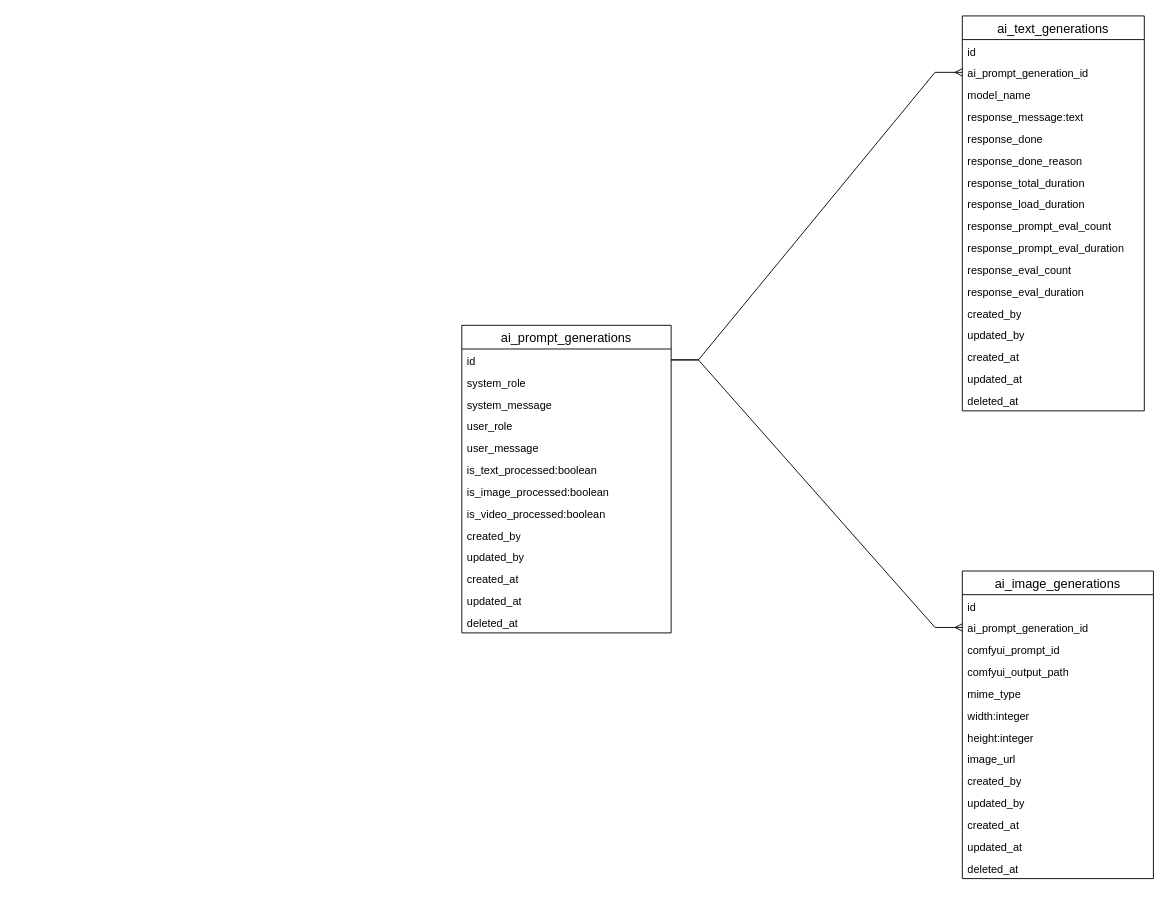
Before: gen/import_diagrams/assets/PythonGenerator.drawio.xml in doriandarren/splytin_mcp, a draw.io diagram. Source tidied: cells renumbered, new cells numbered last; positions are measured from the earlier drawing's top-left corner, leaving out a move shared by most shapes. Both pictures are drawn from the tidied source at 91%, with x=0, y=0 at pixel (461, 15).
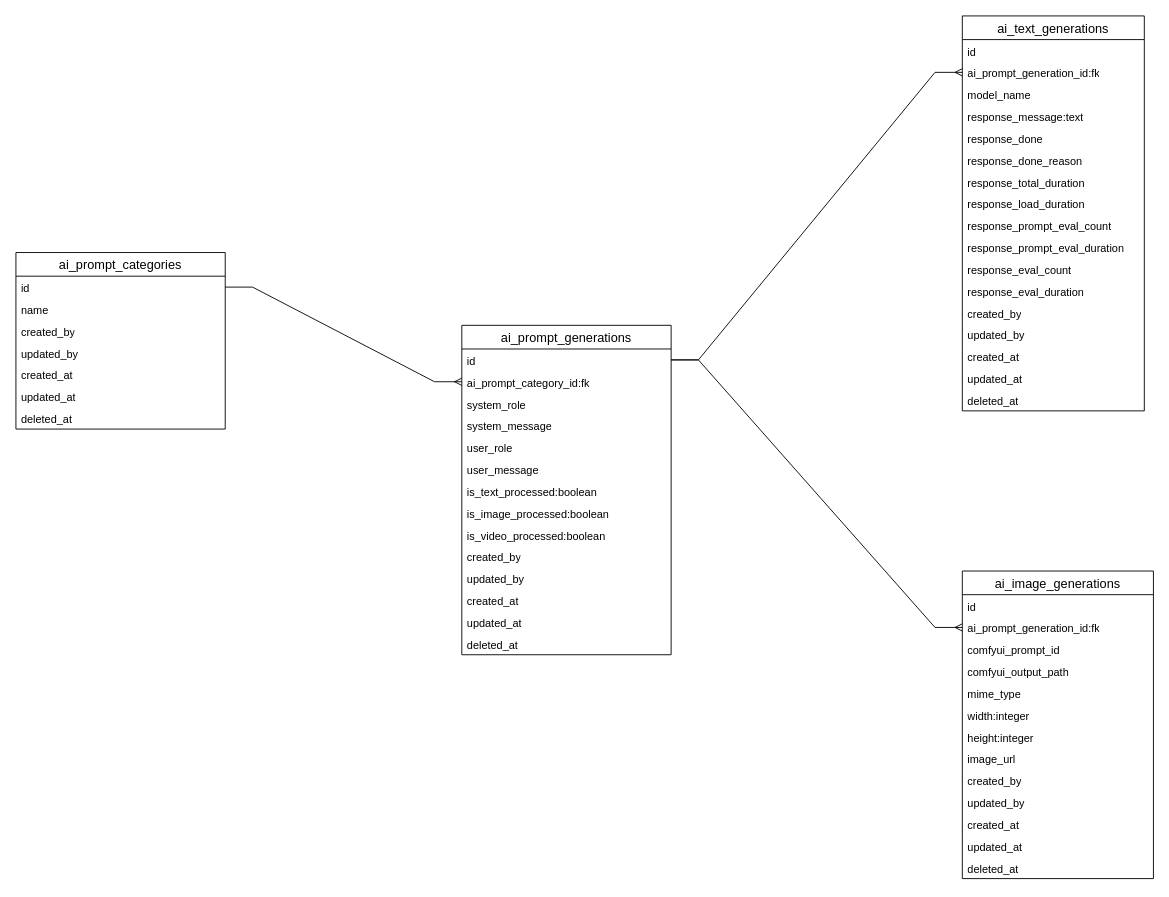
The same diagram, later.

The change refers to these unchanged cells:
```xml
<mxCell id="2" value="ai_text_generations" style="swimlane;fontStyle=0;horizontal=1;startSize=26;align=center;fontSize=14;" parent="1" vertex="1">
  <mxGeometry x="550" width="200" height="434" as="geometry" />
</mxCell>
<mxCell id="34" value="ai_image_generations" style="swimlane;fontStyle=0;horizontal=1;startSize=26;align=center;fontSize=14;" parent="1" vertex="1">
  <mxGeometry x="550" y="610" width="210" height="338" as="geometry" />
</mxCell>
```

What changed in the source:
```diff
@@
-    <mxCell id="4" value="ai_prompt_generation_id" style="text;strokeColor=none;fillColor=none;spacingLeft=4;spacingRight=4;overflow=hidden;points=[[0,0.5],[1,0.5]];portConstraint=eastwest;fontSize=12;whiteSpace=wrap;html=1;" parent="2" vertex="1">
+    <mxCell id="4" value="ai_prompt_generation_id:fk" style="text;strokeColor=none;fillColor=none;spacingLeft=4;spacingRight=4;overflow=hidden;points=[[0,0.5],[1,0.5]];portConstraint=eastwest;fontSize=12;whiteSpace=wrap;html=1;" parent="2" vertex="1">
       <mxGeometry y="50" width="200" height="24" as="geometry" />
     </mxCell>
@@
     <mxCell id="20" value="ai_prompt_generations" style="swimlane;fontStyle=0;horizontal=1;startSize=26;align=center;fontSize=14;" parent="1" vertex="1">
-      <mxGeometry y="340" width="230" height="338" as="geometry" />
+      <mxGeometry y="340" width="230" height="362" as="geometry" />
     </mxCell>
@@
+    <mxCell id="50" value="ai_prompt_category_id:fk" style="text;strokeColor=none;fillColor=none;spacingLeft=4;spacingRight=4;overflow=hidden;points=[[0,0.5],[1,0.5]];portConstraint=eastwest;fontSize=12;whiteSpace=wrap;html=1;" parent="20" vertex="1">
+      <mxGeometry y="50" width="230" height="24" as="geometry" />
+    </mxCell>
     <mxCell id="22" value="system_role" style="text;strokeColor=none;fillColor=none;spacingLeft=4;spacingRight=4;overflow=hidden;fontSize=12;whiteSpace=wrap;html=1;" parent="20" vertex="1">
-      <mxGeometry y="50" width="230" height="24" as="geometry" />
+      <mxGeometry y="74" width="230" height="24" as="geometry" />
     </mxCell>
     <mxCell id="23" value="system_message" style="text;strokeColor=none;fillColor=none;spacingLeft=4;spacingRight=4;overflow=hidden;fontSize=12;whiteSpace=wrap;html=1;" parent="20" vertex="1">
-      <mxGeometry y="74" width="230" height="24" as="geometry" />
+      <mxGeometry y="98" width="230" height="24" as="geometry" />
     </mxCell>
     <mxCell id="24" value="user_role" style="text;strokeColor=none;fillColor=none;spacingLeft=4;spacingRight=4;overflow=hidden;fontSize=12;whiteSpace=wrap;html=1;" parent="20" vertex="1">
-      <mxGeometry y="98" width="230" height="24" as="geometry" />
+      <mxGeometry y="122" width="230" height="24" as="geometry" />
     </mxCell>
     <mxCell id="25" value="user_message" style="text;strokeColor=none;fillColor=none;spacingLeft=4;spacingRight=4;overflow=hidden;fontSize=12;whiteSpace=wrap;html=1;" parent="20" vertex="1">
-      <mxGeometry y="122" width="230" height="24" as="geometry" />
+      <mxGeometry y="146" width="230" height="24" as="geometry" />
     </mxCell>
     <mxCell id="26" value="is_text_processed:boolean" style="text;strokeColor=none;fillColor=none;spacingLeft=4;spacingRight=4;overflow=hidden;fontSize=12;whiteSpace=wrap;html=1;" parent="20" vertex="1">
-      <mxGeometry y="146" width="230" height="24" as="geometry" />
+      <mxGeometry y="170" width="230" height="24" as="geometry" />
     </mxCell>
     <mxCell id="27" value="is_image_processed:boolean" style="text;strokeColor=none;fillColor=none;spacingLeft=4;spacingRight=4;overflow=hidden;fontSize=12;whiteSpace=wrap;html=1;" parent="20" vertex="1">
-      <mxGeometry y="170" width="230" height="24" as="geometry" />
+      <mxGeometry y="194" width="230" height="24" as="geometry" />
     </mxCell>
     <mxCell id="28" value="is_video_processed:boolean" style="text;strokeColor=none;fillColor=none;spacingLeft=4;spacingRight=4;overflow=hidden;fontSize=12;whiteSpace=wrap;html=1;" parent="20" vertex="1">
-      <mxGeometry y="194" width="230" height="24" as="geometry" />
+      <mxGeometry y="218" width="230" height="24" as="geometry" />
     </mxCell>
     <mxCell id="29" value="created_by" style="text;strokeColor=none;fillColor=none;spacingLeft=4;spacingRight=4;overflow=hidden;fontSize=12;whiteSpace=wrap;html=1;" parent="20" vertex="1">
-      <mxGeometry y="218" width="230" height="24" as="geometry" />
+      <mxGeometry y="242" width="230" height="24" as="geometry" />
     </mxCell>
     <mxCell id="30" value="updated_by" style="text;strokeColor=none;fillColor=none;spacingLeft=4;spacingRight=4;overflow=hidden;fontSize=12;whiteSpace=wrap;html=1;" parent="20" vertex="1">
-      <mxGeometry y="242" width="230" height="24" as="geometry" />
+      <mxGeometry y="266" width="230" height="24" as="geometry" />
     </mxCell>
     <mxCell id="31" value="created_at" style="text;strokeColor=none;fillColor=none;spacingLeft=4;spacingRight=4;overflow=hidden;fontSize=12;whiteSpace=wrap;html=1;" parent="20" vertex="1">
-      <mxGeometry y="266" width="230" height="24" as="geometry" />
+      <mxGeometry y="290" width="230" height="24" as="geometry" />
     </mxCell>
     <mxCell id="32" value="updated_at" style="text;strokeColor=none;fillColor=none;spacingLeft=4;spacingRight=4;overflow=hidden;fontSize=12;whiteSpace=wrap;html=1;" parent="20" vertex="1">
-      <mxGeometry y="290" width="230" height="24" as="geometry" />
+      <mxGeometry y="314" width="230" height="24" as="geometry" />
     </mxCell>
     <mxCell id="33" value="deleted_at" style="text;strokeColor=none;fillColor=none;spacingLeft=4;spacingRight=4;overflow=hidden;fontSize=12;whiteSpace=wrap;html=1;" parent="20" vertex="1">
-      <mxGeometry y="314" width="230" height="24" as="geometry" />
+      <mxGeometry y="338" width="230" height="24" as="geometry" />
     </mxCell>
@@
-    <mxCell id="36" value="ai_prompt_generation_id" style="text;strokeColor=none;fillColor=none;spacingLeft=4;spacingRight=4;overflow=hidden;points=[[0,0.5],[1,0.5]];portConstraint=eastwest;fontSize=12;whiteSpace=wrap;html=1;" parent="34" vertex="1">
+    <mxCell id="36" value="ai_prompt_generation_id:fk" style="text;strokeColor=none;fillColor=none;spacingLeft=4;spacingRight=4;overflow=hidden;points=[[0,0.5],[1,0.5]];portConstraint=eastwest;fontSize=12;whiteSpace=wrap;html=1;" parent="34" vertex="1">
       <mxGeometry y="50" width="210" height="24" as="geometry" />
     </mxCell>
@@
+    <mxCell id="51" value="ai_prompt_categories" style="swimlane;fontStyle=0;horizontal=1;startSize=26;align=center;fontSize=14;" parent="1" vertex="1">
+      <mxGeometry x="-490" y="260" width="230" height="194" as="geometry" />
+    </mxCell>
+    <mxCell id="52" value="id" style="text;strokeColor=none;fillColor=none;spacingLeft=4;spacingRight=4;overflow=hidden;points=[[0,0.5],[1,0.5]];portConstraint=eastwest;fontSize=12;whiteSpace=wrap;html=1;" parent="51" vertex="1">
+      <mxGeometry y="26" width="230" height="24" as="geometry" />
+    </mxCell>
+    <mxCell id="53" value="name" style="text;strokeColor=none;fillColor=none;spacingLeft=4;spacingRight=4;overflow=hidden;fontSize=12;whiteSpace=wrap;html=1;" parent="51" vertex="1">
+      <mxGeometry y="50" width="230" height="24" as="geometry" />
+    </mxCell>
+    <mxCell id="54" value="created_by" style="text;strokeColor=none;fillColor=none;spacingLeft=4;spacingRight=4;overflow=hidden;fontSize=12;whiteSpace=wrap;html=1;" parent="51" vertex="1">
+      <mxGeometry y="74" width="230" height="24" as="geometry" />
+    </mxCell>
+    <mxCell id="55" value="updated_by" style="text;strokeColor=none;fillColor=none;spacingLeft=4;spacingRight=4;overflow=hidden;fontSize=12;whiteSpace=wrap;html=1;" parent="51" vertex="1">
+      <mxGeometry y="98" width="230" height="24" as="geometry" />
+    </mxCell>
+    <mxCell id="56" value="created_at" style="text;strokeColor=none;fillColor=none;spacingLeft=4;spacingRight=4;overflow=hidden;fontSize=12;whiteSpace=wrap;html=1;" parent="51" vertex="1">
+      <mxGeometry y="122" width="230" height="24" as="geometry" />
+    </mxCell>
+    <mxCell id="57" value="updated_at" style="text;strokeColor=none;fillColor=none;spacingLeft=4;spacingRight=4;overflow=hidden;fontSize=12;whiteSpace=wrap;html=1;" parent="51" vertex="1">
+      <mxGeometry y="146" width="230" height="24" as="geometry" />
+    </mxCell>
+    <mxCell id="58" value="deleted_at" style="text;strokeColor=none;fillColor=none;spacingLeft=4;spacingRight=4;overflow=hidden;fontSize=12;whiteSpace=wrap;html=1;" parent="51" vertex="1">
+      <mxGeometry y="170" width="230" height="24" as="geometry" />
+    </mxCell>
+    <mxCell id="59" style="edgeStyle=entityRelationEdgeStyle;fontSize=12;html=1;endArrow=ERmany;rounded=0;" parent="1" edge="1" source="52" target="50">
+      <mxGeometry relative="1" as="geometry" />
+    </mxCell>
```
